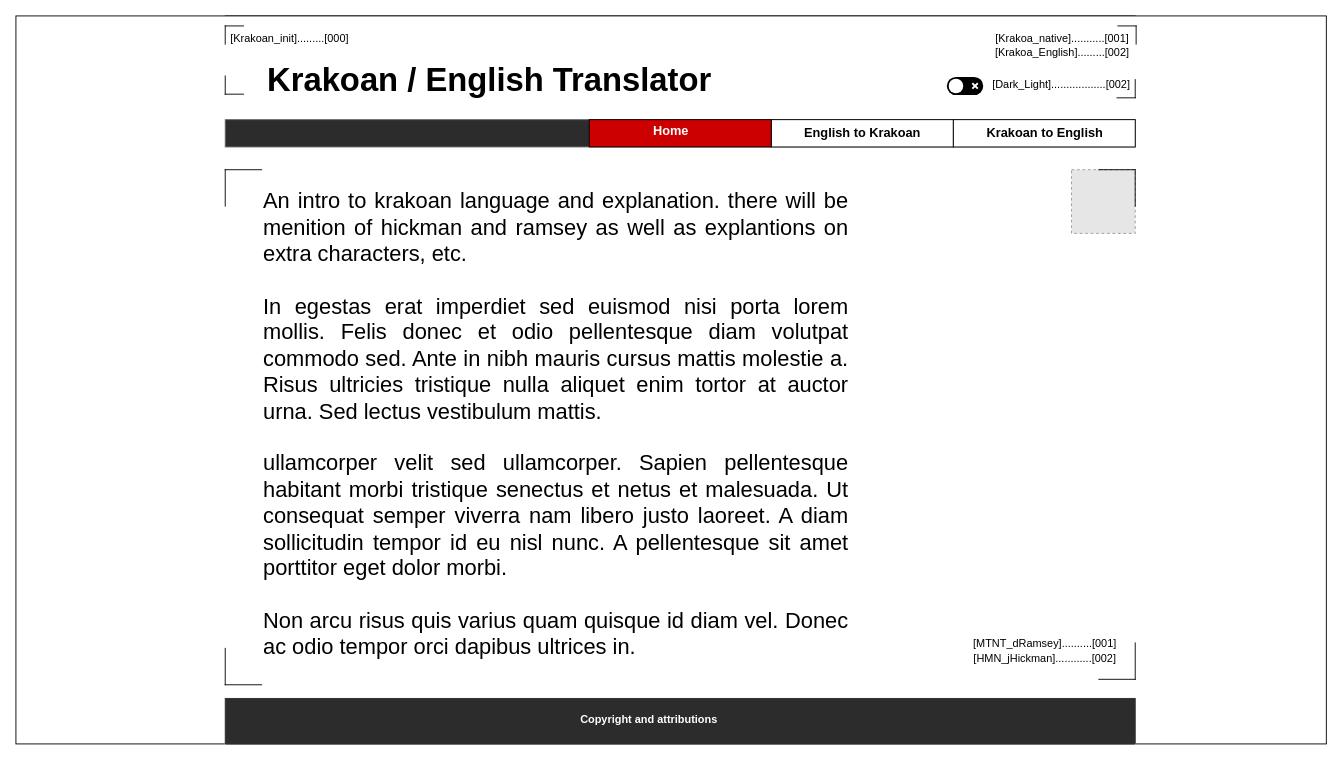
CaseyPitman/krakoan-translator keeps this draw.io diagram as page "INTRO" (1 of 6) of mockup-flowchart/mock-up-krakoan-translator.drawio. Above is the earlier version. Source tidied: cells renumbered, new cells numbered last; positions are measured from the earlier drawing's top-left corner, leaving out a move shared by most shapes. Both pictures are drawn from the tidied source at 91%, with x=0, y=0 at pixel (15, 15). Pictures stored in the file or linked from it are replaced by grey dashed boxes.
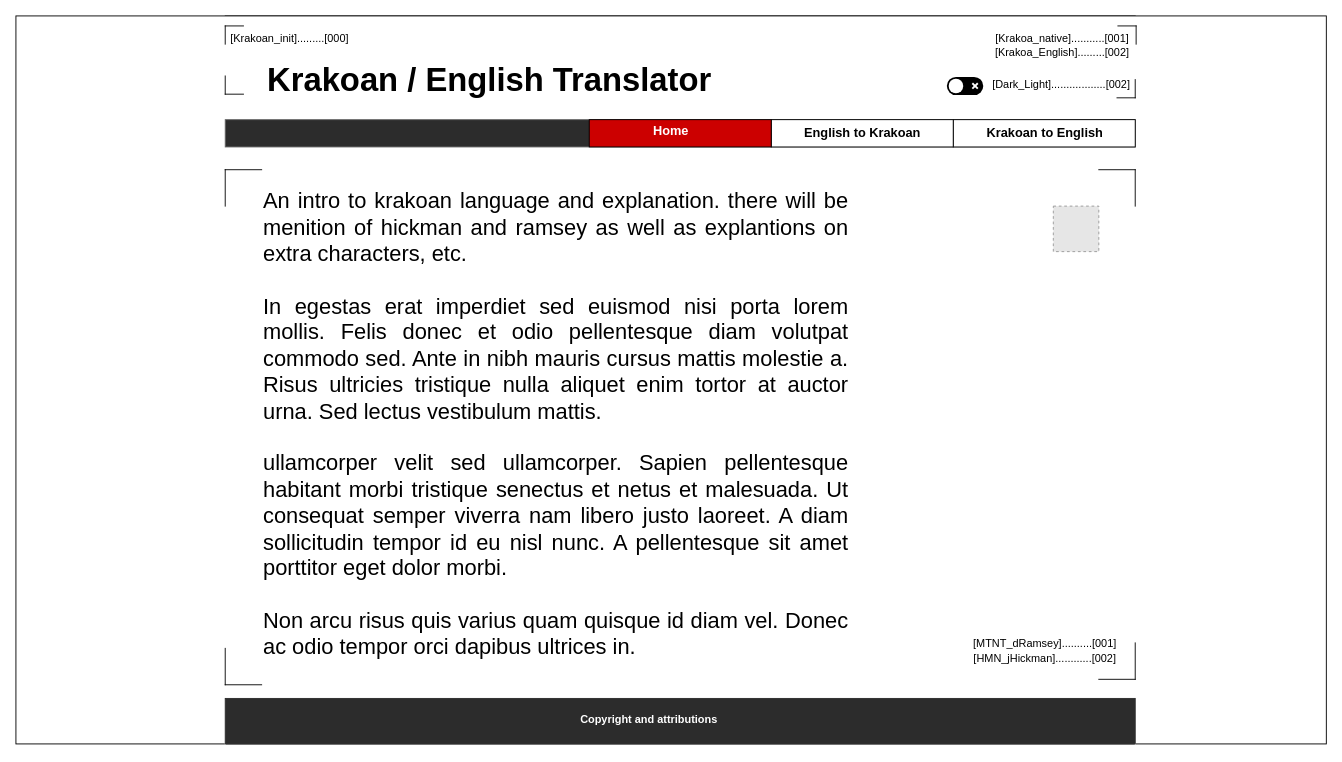
After the change.

Change to the diagram source:
```diff
@@
-    <mxCell id="17" style="fillColor=#E6E6E6;strokeColor=#999999;dashed=1;verticalLabelPosition=bottom;verticalAlign=top;fontSize=20;fontColor=#000000;align=left;" parent="1" vertex="1">
-      <mxGeometry x="1160" y="169" width="70" height="70" as="geometry" />
-    </mxCell>
@@
+    <mxCell id="38" style="fillColor=#E6E6E6;strokeColor=#999999;dashed=1;verticalLabelPosition=bottom;verticalAlign=top;" parent="1" vertex="1">
+      <mxGeometry x="1140" y="209" width="50" height="50" as="geometry" />
+    </mxCell>
```
